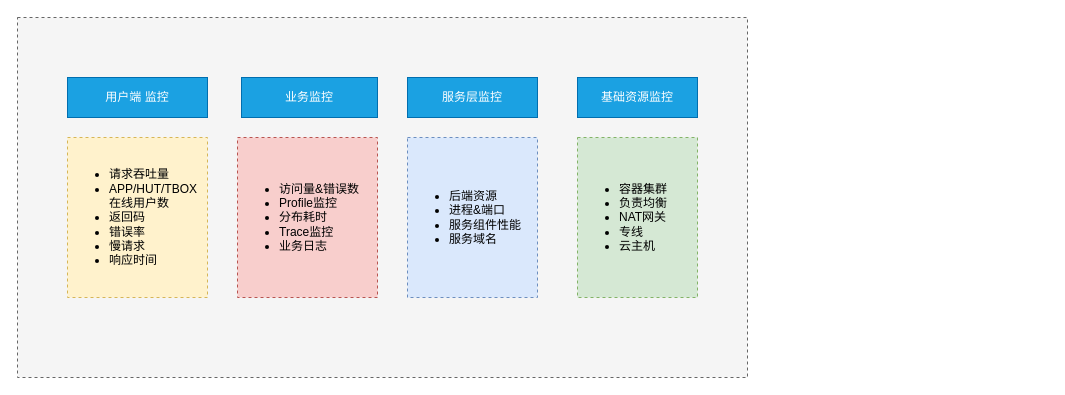
This is 监控体系.drawio from tengxiao/zabbix-report, a draw.io file, before an edit. Source tidied: cells renumbered, new cells numbered last; positions are measured from the earlier drawing's top-left corner, leaving out a move shared by most shapes. Both pictures are drawn from the tidied source at 100%, with x=0, y=0 at pixel (17, 17).
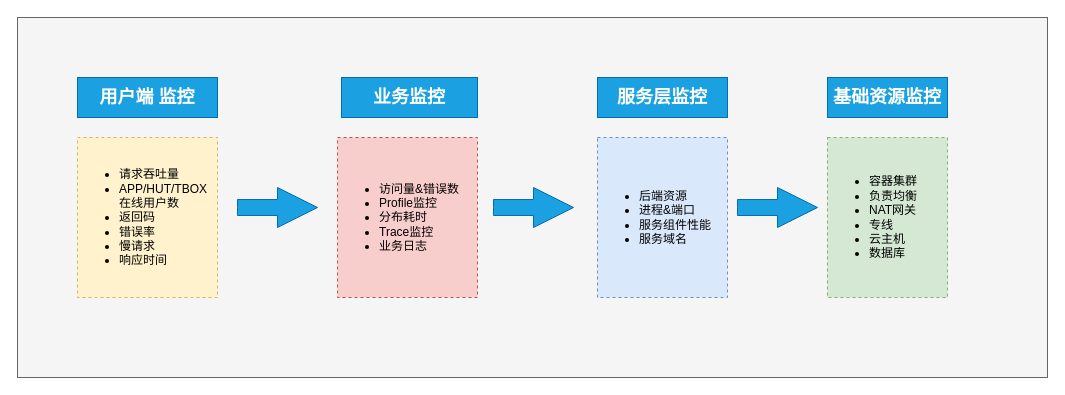
Above is the later version.

Commit message:
更新监控体系.drawio

What changed in the source:
```diff
@@
 <mxGraphModel>
   <root>
     <mxCell id="0" />
     <mxCell id="1" parent="0" />
-    <mxCell id="2" style="rounded=0;whiteSpace=wrap;html=1;dashed=1;fillColor=#f5f5f5;strokeColor=#666666;fontColor=#333333;" parent="1" vertex="1">
-      <mxGeometry width="730" height="360" as="geometry" />
+    <mxCell id="2" style="rounded=0;whiteSpace=wrap;html=1;fillColor=#f5f5f5;strokeColor=#666666;fontColor=#333333;" parent="1" vertex="1">
+      <mxGeometry width="1030" height="360" as="geometry" />
     </mxCell>
-    <mxCell id="3" value="用户端 监控" style="rounded=0;whiteSpace=wrap;html=1;fillColor=#1ba1e2;strokeColor=#006EAF;fontColor=#ffffff;" parent="1" vertex="1">
-      <mxGeometry x="50" y="60" width="140" height="40" as="geometry" />
+    <mxCell id="3" value="&lt;font style=&quot;font-size: 18px&quot;&gt;&lt;b&gt;用户端 监控&lt;/b&gt;&lt;/font&gt;" style="rounded=0;whiteSpace=wrap;html=1;fillColor=#1ba1e2;strokeColor=#006EAF;fontColor=#ffffff;" parent="1" vertex="1">
+      <mxGeometry x="60" y="60" width="140" height="40" as="geometry" />
     </mxCell>
-    <mxCell id="4" value="业务监控" style="rounded=0;whiteSpace=wrap;html=1;fillColor=#1ba1e2;strokeColor=#006EAF;fontColor=#ffffff;" parent="1" vertex="1">
-      <mxGeometry x="224" y="60" width="136" height="40" as="geometry" />
+    <mxCell id="4" value="&lt;font style=&quot;font-size: 18px&quot;&gt;&lt;b&gt;业务监控&lt;/b&gt;&lt;/font&gt;" style="rounded=0;whiteSpace=wrap;html=1;fillColor=#1ba1e2;strokeColor=#006EAF;fontColor=#ffffff;" parent="1" vertex="1">
+      <mxGeometry x="324" y="60" width="136" height="40" as="geometry" />
     </mxCell>
-    <mxCell id="5" value="服务层监控" style="rounded=0;whiteSpace=wrap;html=1;fillColor=#1ba1e2;strokeColor=#006EAF;fontColor=#ffffff;" parent="1" vertex="1">
-      <mxGeometry x="390" y="60" width="130" height="40" as="geometry" />
+    <mxCell id="5" value="&lt;font style=&quot;font-size: 18px&quot;&gt;&lt;b&gt;服务层监控&lt;/b&gt;&lt;/font&gt;" style="rounded=0;whiteSpace=wrap;html=1;fillColor=#1ba1e2;strokeColor=#006EAF;fontColor=#ffffff;" parent="1" vertex="1">
+      <mxGeometry x="580" y="60" width="130" height="40" as="geometry" />
     </mxCell>
-    <mxCell id="6" value="基础资源监控" style="rounded=0;whiteSpace=wrap;html=1;fillColor=#1ba1e2;strokeColor=#006EAF;fontColor=#ffffff;" parent="1" vertex="1">
-      <mxGeometry x="560" y="60" width="120" height="40" as="geometry" />
+    <mxCell id="6" value="&lt;font style=&quot;font-size: 18px&quot;&gt;&lt;b&gt;基础资源监控&lt;/b&gt;&lt;/font&gt;" style="rounded=0;whiteSpace=wrap;html=1;fillColor=#1ba1e2;strokeColor=#006EAF;fontColor=#ffffff;" parent="1" vertex="1">
+      <mxGeometry x="810" y="60" width="120" height="40" as="geometry" />
     </mxCell>
     <mxCell id="7" value="&lt;ul&gt;&lt;li&gt;请求吞吐量&lt;/li&gt;&lt;li&gt;APP/HUT/TBOX在线用户数&lt;/li&gt;&lt;li&gt;返回码&lt;/li&gt;&lt;li&gt;错误率&lt;/li&gt;&lt;li&gt;慢请求&lt;/li&gt;&lt;li&gt;响应时间&lt;/li&gt;&lt;/ul&gt;" style="rounded=0;whiteSpace=wrap;html=1;align=left;dashed=1;fillColor=#fff2cc;strokeColor=#d6b656;" parent="1" vertex="1">
-      <mxGeometry x="50" y="120" width="140" height="160" as="geometry" />
+      <mxGeometry x="60" y="120" width="140" height="160" as="geometry" />
     </mxCell>
     <mxCell id="8" value="&lt;ul&gt;&lt;li&gt;访问量&amp;amp;错误数&lt;/li&gt;&lt;li&gt;Profile监控&lt;/li&gt;&lt;li&gt;分布耗时&lt;/li&gt;&lt;li&gt;Trace监控&lt;/li&gt;&lt;li&gt;业务日志&lt;/li&gt;&lt;/ul&gt;" style="rounded=0;whiteSpace=wrap;html=1;align=left;dashed=1;fillColor=#f8cecc;strokeColor=#b85450;" parent="1" vertex="1">
-      <mxGeometry x="220" y="120" width="140" height="160" as="geometry" />
+      <mxGeometry x="320" y="120" width="140" height="160" as="geometry" />
     </mxCell>
     <mxCell id="9" value="&lt;ul&gt;&lt;li&gt;后端资源&lt;/li&gt;&lt;li&gt;进程&amp;amp;端口&lt;/li&gt;&lt;li&gt;服务组件性能&lt;/li&gt;&lt;li&gt;服务域名&lt;/li&gt;&lt;/ul&gt;" style="rounded=0;whiteSpace=wrap;html=1;align=left;dashed=1;fillColor=#dae8fc;strokeColor=#6c8ebf;" parent="1" vertex="1">
-      <mxGeometry x="390" y="120" width="130" height="160" as="geometry" />
+      <mxGeometry x="580" y="120" width="130" height="160" as="geometry" />
     </mxCell>
-    <mxCell id="10" value="&lt;ul&gt;&lt;li&gt;容器集群&lt;/li&gt;&lt;li&gt;负责均衡&lt;/li&gt;&lt;li&gt;NAT网关&lt;/li&gt;&lt;li&gt;专线&lt;/li&gt;&lt;li&gt;云主机&lt;/li&gt;&lt;/ul&gt;" style="rounded=0;whiteSpace=wrap;html=1;align=left;dashed=1;fillColor=#d5e8d4;strokeColor=#82b366;" parent="1" vertex="1">
-      <mxGeometry x="560" y="120" width="120" height="160" as="geometry" />
+    <mxCell id="10" value="&lt;ul&gt;&lt;li&gt;容器集群&lt;/li&gt;&lt;li&gt;负责均衡&lt;/li&gt;&lt;li&gt;NAT网关&lt;/li&gt;&lt;li&gt;专线&lt;/li&gt;&lt;li&gt;云主机&lt;/li&gt;&lt;li&gt;数据库&lt;/li&gt;&lt;/ul&gt;" style="rounded=0;whiteSpace=wrap;html=1;align=left;dashed=1;fillColor=#d5e8d4;strokeColor=#82b366;" parent="1" vertex="1">
+      <mxGeometry x="810" y="120" width="120" height="160" as="geometry" />
     </mxCell>
+    <mxCell id="11" style="html=1;shadow=0;dashed=0;align=center;verticalAlign=middle;shape=mxgraph.arrows2.arrow;dy=0.6;dx=40;notch=0;fillColor=#1ba1e2;strokeColor=#006EAF;fontColor=#ffffff;" parent="1" vertex="1">
+      <mxGeometry x="220" y="170" width="80" height="40" as="geometry" />
+    </mxCell>
+    <mxCell id="12" style="html=1;shadow=0;dashed=0;align=center;verticalAlign=middle;shape=mxgraph.arrows2.arrow;dy=0.6;dx=40;notch=0;fillColor=#1ba1e2;strokeColor=#006EAF;fontColor=#ffffff;" parent="1" vertex="1">
+      <mxGeometry x="476" y="170" width="80" height="40" as="geometry" />
+    </mxCell>
+    <mxCell id="13" style="html=1;shadow=0;dashed=0;align=center;verticalAlign=middle;shape=mxgraph.arrows2.arrow;dy=0.6;dx=40;notch=0;fillColor=#1ba1e2;strokeColor=#006EAF;fontColor=#ffffff;" parent="1" vertex="1">
+      <mxGeometry x="720" y="170" width="80" height="40" as="geometry" />
+    </mxCell>
   </root>
 </mxGraphModel>
```
